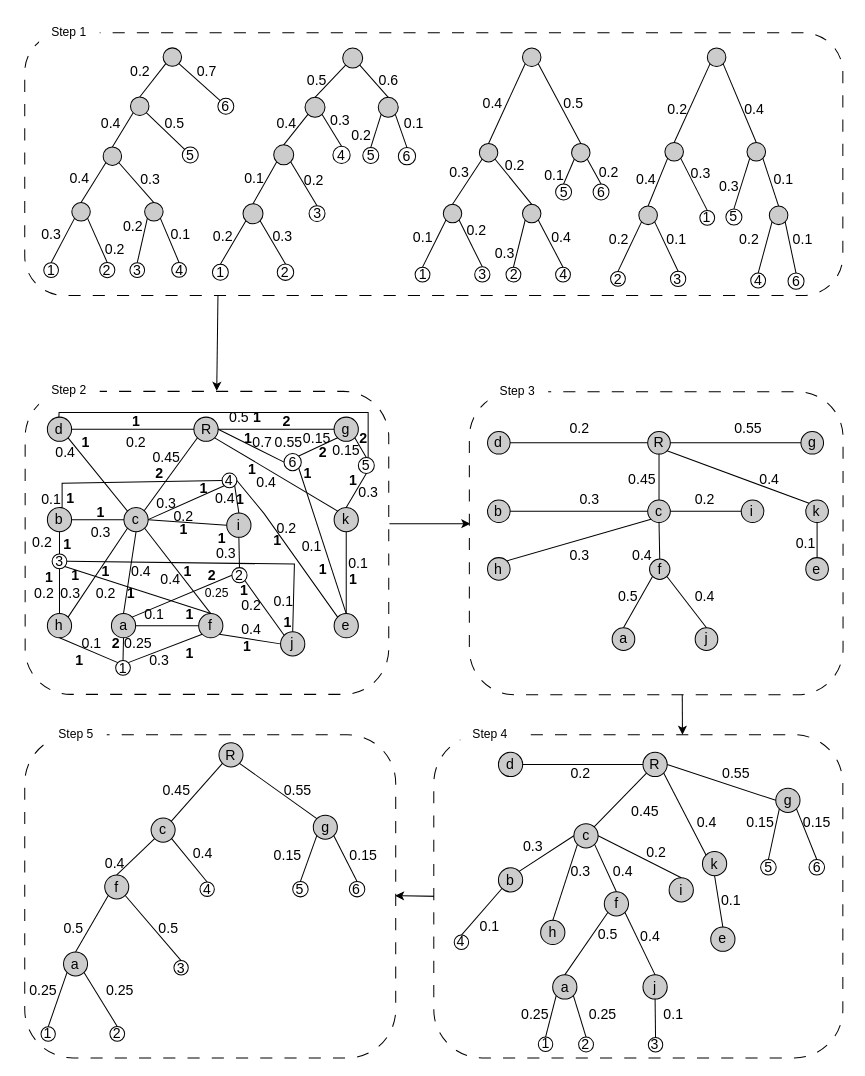
tahiri-lab/PrismTree keeps this draw.io diagram as page "Page-5" (1 of 5) of img/Fig5.drawio. Above is the earlier version. Source tidied: cells renumbered, new cells numbered last; positions are measured from the earlier drawing's top-left corner, leaving out a move shared by most shapes. Both pictures are drawn from the tidied source at 101%, with x=0, y=0 at pixel (16, 17).
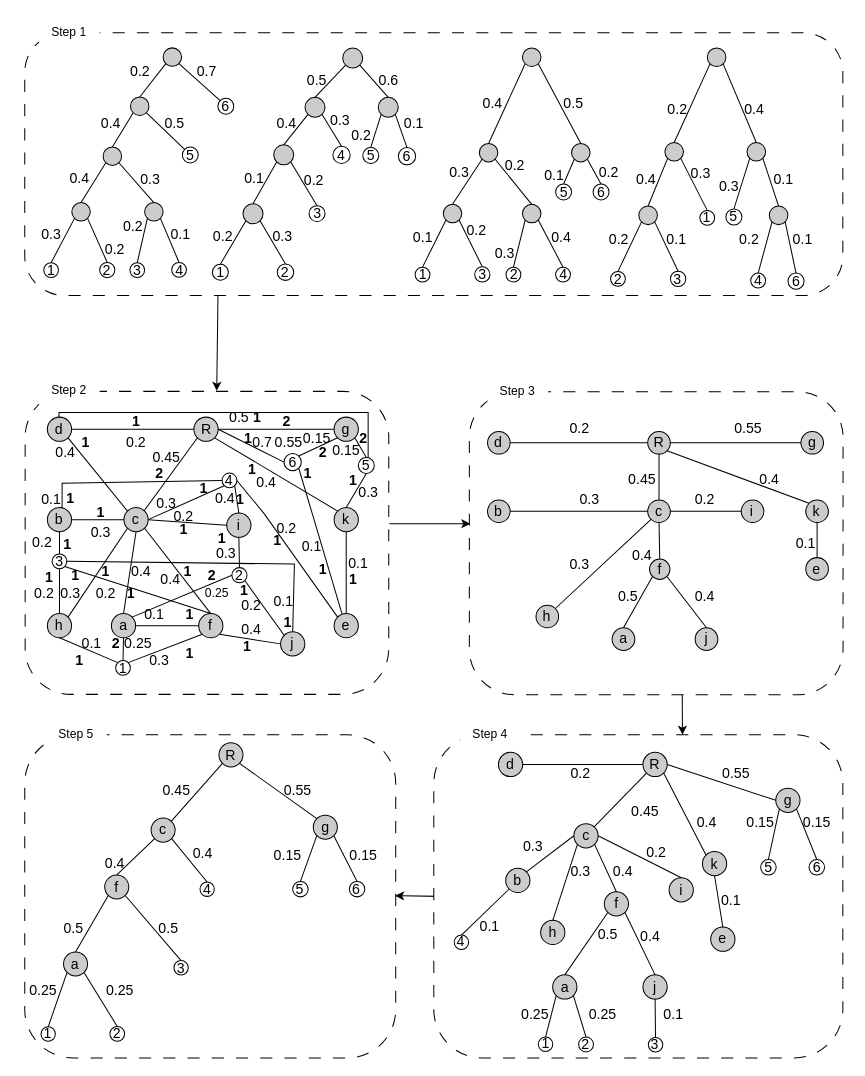
After the change.

The change refers to these unchanged cells:
```xml
<mxCell id="69" style="group;verticalAlign=middle;align=center;fontStyle=0;fontSize=14;" parent="1" vertex="1">
  <mxGeometry x="50.4" y="370" width="370.5" height="300" as="geometry" />
</mxCell>
<mxCell id="91" value="e" style="ellipse;whiteSpace=wrap;html=1;fillColor=#CCCCCC;fontSize=14;verticalAlign=middle;align=center;fontStyle=0;" parent="69" vertex="1">
  <mxGeometry x="263.9" y="220" width="24" height="24" as="geometry" />
</mxCell>
<mxCell id="152" value="6" style="ellipse;whiteSpace=wrap;html=1;fontSize=14;verticalAlign=middle;align=center;fontStyle=0;" parent="69" vertex="1">
  <mxGeometry x="214.3" y="61.5" width="17.1" height="17.1" as="geometry" />
</mxCell>
<mxCell id="343" style="group;verticalAlign=middle;align=center;fontStyle=0;fontSize=14;" parent="1" vertex="1">
  <mxGeometry x="466.2" y="410.4" width="356.3" height="260" as="geometry" />
</mxCell>
```

What changed in the source:
```diff
@@
-    <mxCell id="156" style="endArrow=none;html=1;rounded=0;entryX=1;entryY=1;entryDx=0;entryDy=0;exitX=0.5;exitY=0;exitDx=0;exitDy=0;" parent="69" edge="1" source="91" target="152">
+    <mxCell id="156" style="endArrow=none;html=1;rounded=0;entryX=1;entryY=1;entryDx=0;entryDy=0;exitX=0.333;exitY=0.031;exitDx=0;exitDy=0;exitPerimeter=0;" parent="69" edge="1" source="91" target="152">
       <mxGeometry relative="1" as="geometry" />
     </mxCell>
@@
     <mxCell id="300" value="b" style="ellipse;whiteSpace=wrap;html=1;fontSize=14;fillColor=#cccccc;verticalAlign=middle;align=center;fontStyle=0;" parent="1" vertex="1">
-      <mxGeometry x="477" y="841.7" width="24" height="24" as="geometry" />
+      <mxGeometry x="484.2" y="842.2" width="24" height="24" as="geometry" />
     </mxCell>
@@
     <mxCell id="353" value="h" style="ellipse;whiteSpace=wrap;html=1;fontSize=14;fillColor=#CCCCCC;verticalAlign=middle;align=center;fontStyle=0;" parent="343" vertex="1">
-      <mxGeometry y="124.2" width="22.4" height="22.4" as="geometry" />
+      <mxGeometry x="48" y="171.3" width="22.4" height="22.4" as="geometry" />
     </mxCell>
@@
     <mxCell id="371" value="0.3" style="text;html=1;align=center;verticalAlign=middle;strokeColor=none;fillColor=none;fontStyle=0;fontSize=14;" parent="343" vertex="1">
-      <mxGeometry x="70.4" y="106.8" width="40" height="30" as="geometry" />
+      <mxGeometry x="70.4" y="115.8" width="40" height="30" as="geometry" />
     </mxCell>
```
